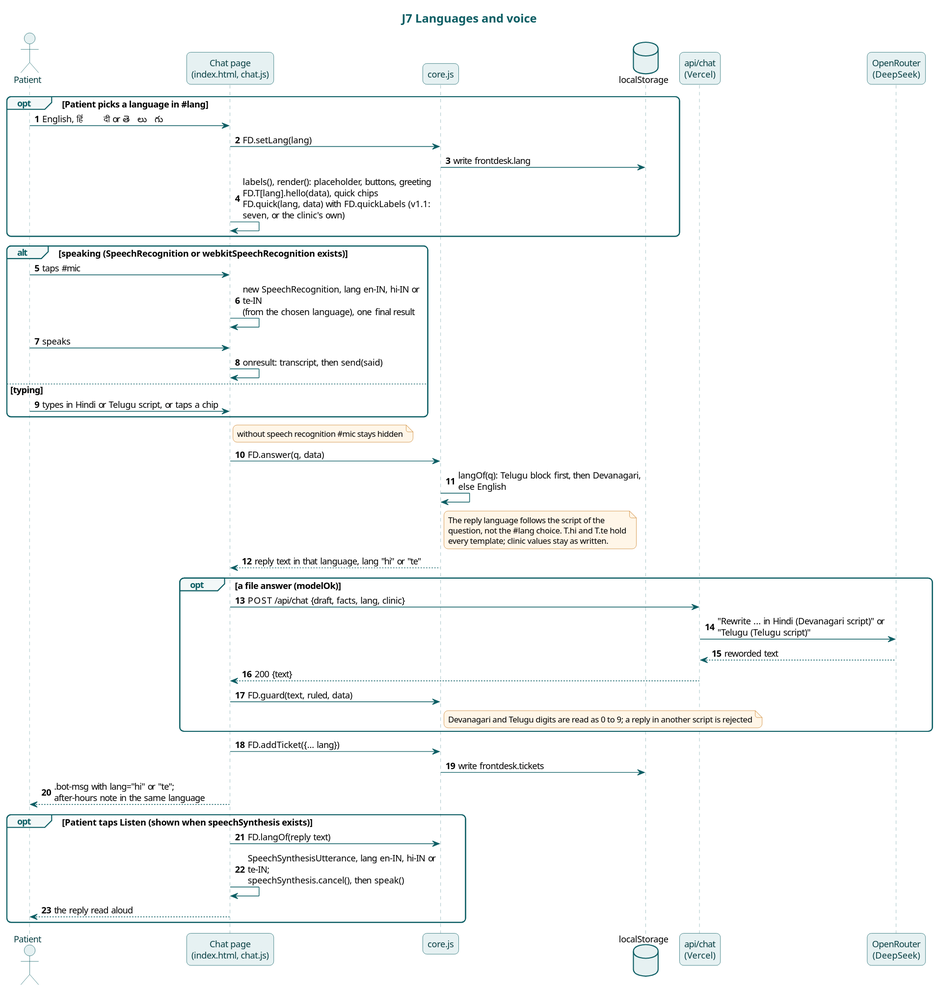
This is docs/diagrams/j7-languages-and-voice.svg from karwasanjay007/frontdesk-ai-docs, a PlantUML export, as it was before one commit.
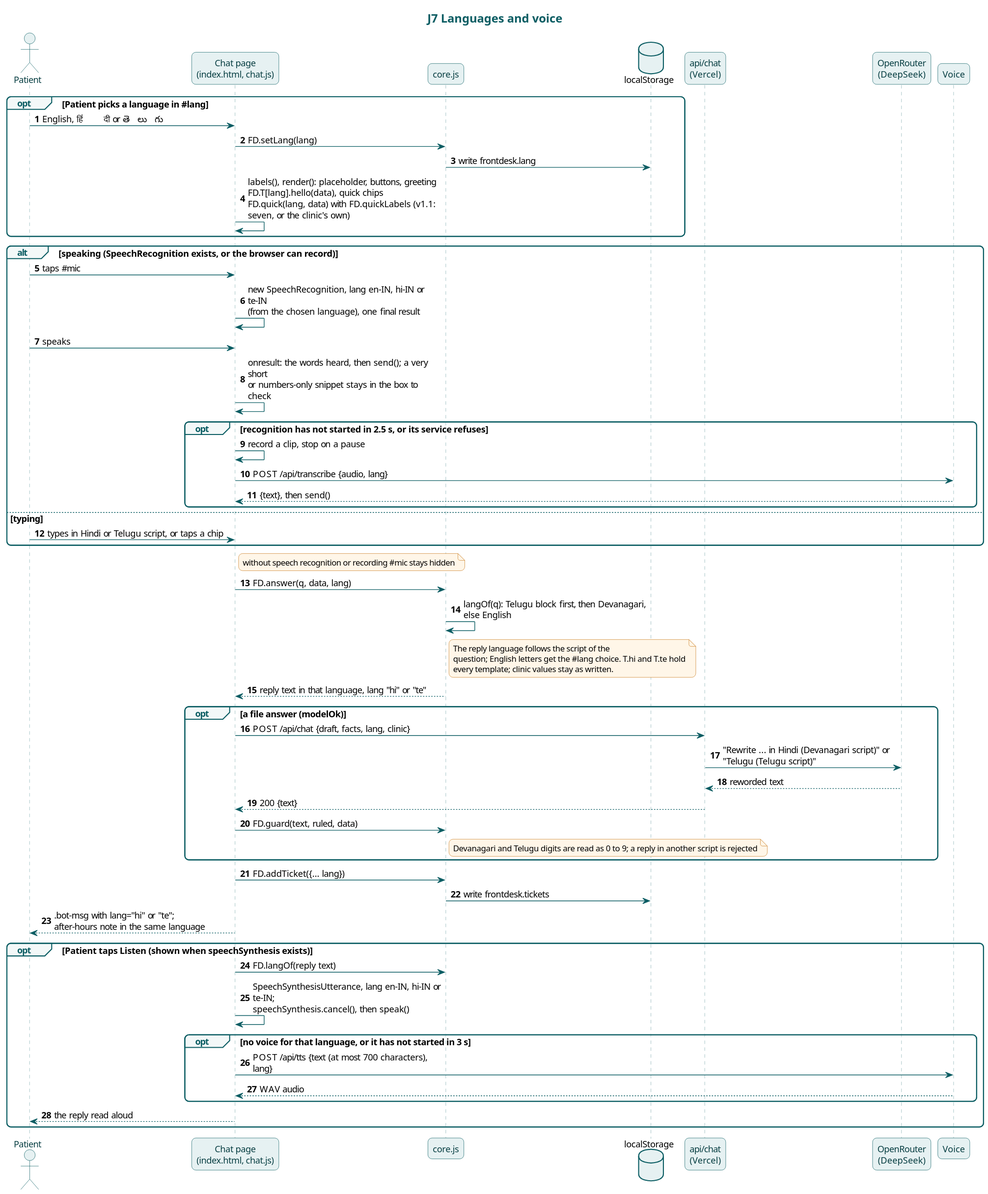
After the commit.

Change to the diagram source:
```diff
@@ -16,21 +16,26 @@
   Chat -> Chat : labels(), render(): placeholder, buttons, greeting\nFD.T[lang].hello(data), quick chips FD.quick(lang, data) with FD.quickLabels (v1.1: seven, or the clinic's own)
 end
 
-alt speaking (SpeechRecognition or webkitSpeechRecognition exists)
+alt speaking (SpeechRecognition exists, or the browser can record)
   Patient -> Chat : taps #mic
   Chat -> Chat : new SpeechRecognition, lang en-IN, hi-IN or te-IN\n(from the chosen language), one final result
   Patient -> Chat : speaks
-  Chat -> Chat : onresult: transcript, then send(said)
+  Chat -> Chat : onresult: the words heard, then send(); a very short\nor numbers-only snippet stays in the box to check
+  opt recognition has not started in 2.5 s, or its service refuses
+    Chat -> Chat : record a clip, stop on a pause
+    Chat -> Voice : POST /api/transcribe {audio, lang}
+    Voice --> Chat : {text}, then send()
+  end
 else typing
   Patient -> Chat : types in Hindi or Telugu script, or taps a chip
 end
-note right of Chat : without speech recognition #mic stays hidden
+note right of Chat : without speech recognition or recording #mic stays hidden
 
-Chat -> Core : FD.answer(q, data)
+Chat -> Core : FD.answer(q, data, lang)
 Core -> Core : langOf(q): Telugu block first, then Devanagari, else English
 note right of Core
 The reply language follows the script of the
-question, not the #lang choice. T.hi and T.te hold
+question; English letters get the #lang choice. T.hi and T.te hold
 every template; clinic values stay as written.
 end note
 Core --> Chat : reply text in that language, lang "hi" or "te"
@@ -49,6 +54,10 @@
 opt Patient taps Listen (shown when speechSynthesis exists)
   Chat -> Core : FD.langOf(reply text)
   Chat -> Chat : SpeechSynthesisUtterance, lang en-IN, hi-IN or te-IN;\nspeechSynthesis.cancel(), then speak()
+  opt no voice for that language, or it has not started in 3 s
+    Chat -> Voice : POST /api/tts {text (at most 700 characters), lang}
+    Voice --> Chat : WAV audio
+  end
   Chat --> Patient : the reply read aloud
 end
 @enduml
```
